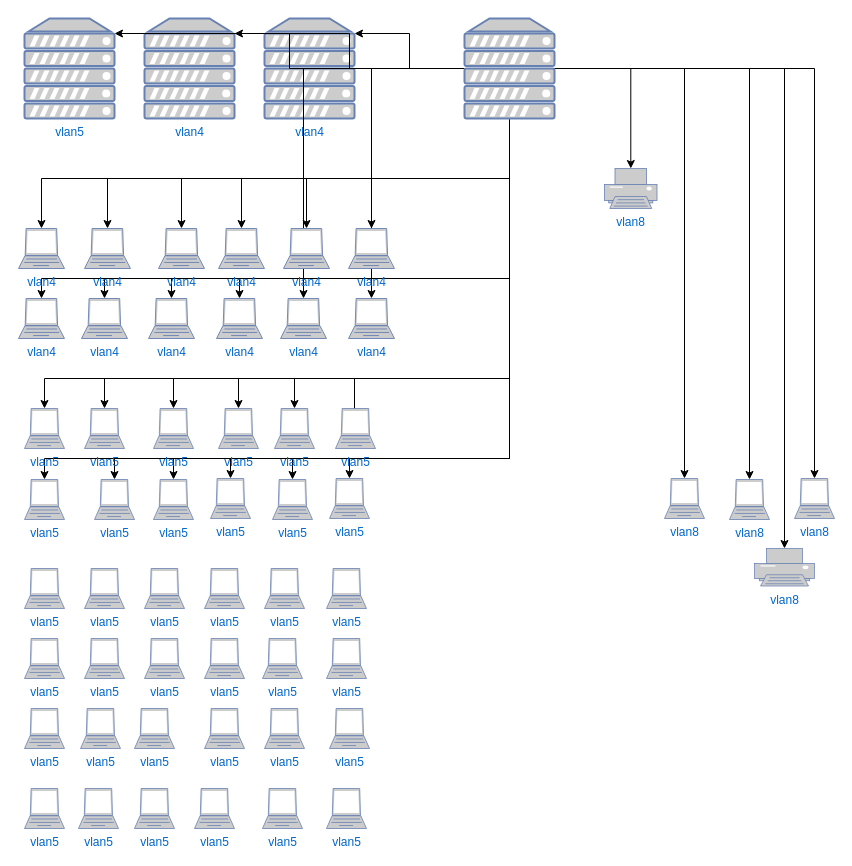
This is Untitled Diagram.drawio from xiexin1988/Pipeline3, a draw.io file, before an edit. Source tidied: cells renumbered, new cells numbered last; positions are measured from the earlier drawing's top-left corner, leaving out a move shared by most shapes. Both pictures are drawn from the tidied source at 100%, with x=0, y=0 at pixel (18, 18).
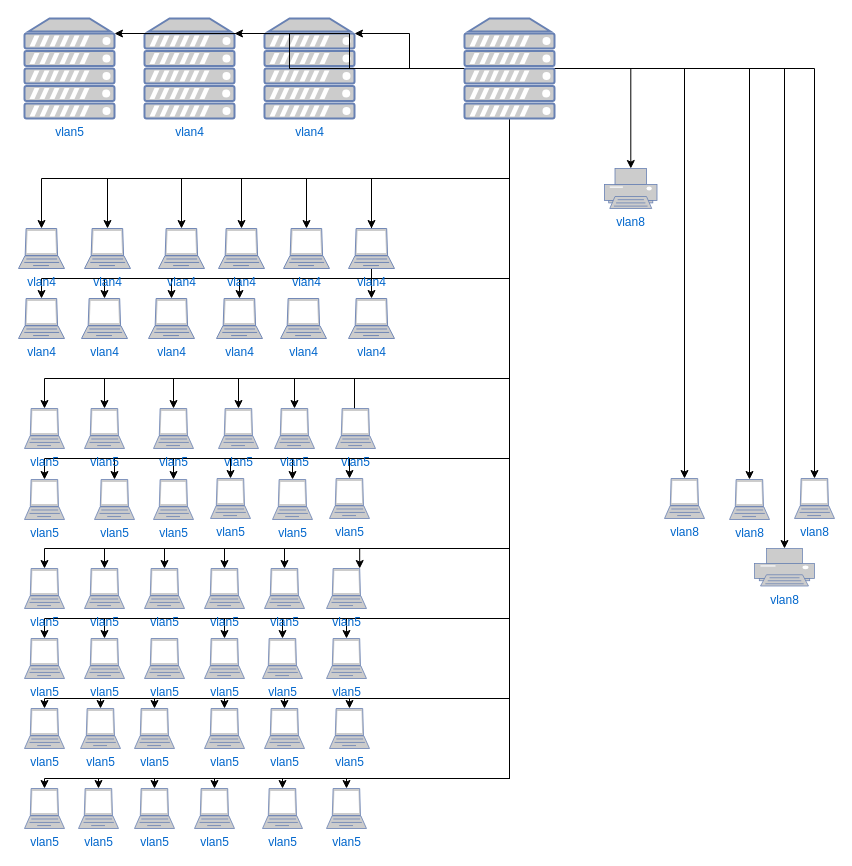
The same page after the edit.

Unchanged cells that the change refers to:
```xml
<mxCell id="39" style="fontColor=#0066CC;verticalAlign=top;verticalLabelPosition=bottom;labelPosition=center;align=center;html=1;outlineConnect=0;fillColor=#CCCCCC;strokeColor=#6881B3;gradientColor=none;gradientDirection=north;strokeWidth=2;shape=mxgraph.networks.server;" parent="1" vertex="1">
<mxCell id="43" value="vlan5" style="fontColor=#0066CC;verticalAlign=top;verticalLabelPosition=bottom;labelPosition=center;align=center;html=1;outlineConnect=0;fillColor=#CCCCCC;strokeColor=#6881B3;gradientColor=none;gradientDirection=north;strokeWidth=2;shape=mxgraph.networks.laptop;" parent="1" vertex="1">
<mxCell id="44" value="vlan5" style="fontColor=#0066CC;verticalAlign=top;verticalLabelPosition=bottom;labelPosition=center;align=center;html=1;outlineConnect=0;fillColor=#CCCCCC;strokeColor=#6881B3;gradientColor=none;gradientDirection=north;strokeWidth=2;shape=mxgraph.networks.laptop;" parent="1" vertex="1">
<mxCell id="45" value="vlan5" style="fontColor=#0066CC;verticalAlign=top;verticalLabelPosition=bottom;labelPosition=center;align=center;html=1;outlineConnect=0;fillColor=#CCCCCC;strokeColor=#6881B3;gradientColor=none;gradientDirection=north;strokeWidth=2;shape=mxgraph.networks.laptop;" parent="1" vertex="1">
<mxCell id="46" value="vlan5" style="fontColor=#0066CC;verticalAlign=top;verticalLabelPosition=bottom;labelPosition=center;align=center;html=1;outlineConnect=0;fillColor=#CCCCCC;strokeColor=#6881B3;gradientColor=none;gradientDirection=north;strokeWidth=2;shape=mxgraph.networks.laptop;" parent="1" vertex="1">
<mxCell id="47" value="vlan5" style="fontColor=#0066CC;verticalAlign=top;verticalLabelPosition=bottom;labelPosition=center;align=center;html=1;outlineConnect=0;fillColor=#CCCCCC;strokeColor=#6881B3;gradientColor=none;gradientDirection=north;strokeWidth=2;shape=mxgraph.networks.laptop;" parent="1" vertex="1">
<mxCell id="48" value="vlan5" style="fontColor=#0066CC;verticalAlign=top;verticalLabelPosition=bottom;labelPosition=center;align=center;html=1;outlineConnect=0;fillColor=#CCCCCC;strokeColor=#6881B3;gradientColor=none;gradientDirection=north;strokeWidth=2;shape=mxgraph.networks.laptop;" parent="1" vertex="1">
<mxCell id="49" value="vlan5" style="fontColor=#0066CC;verticalAlign=top;verticalLabelPosition=bottom;labelPosition=center;align=center;html=1;outlineConnect=0;fillColor=#CCCCCC;strokeColor=#6881B3;gradientColor=none;gradientDirection=north;strokeWidth=2;shape=mxgraph.networks.laptop;" parent="1" vertex="1">
<mxCell id="50" value="vlan5" style="fontColor=#0066CC;verticalAlign=top;verticalLabelPosition=bottom;labelPosition=center;align=center;html=1;outlineConnect=0;fillColor=#CCCCCC;strokeColor=#6881B3;gradientColor=none;gradientDirection=north;strokeWidth=2;shape=mxgraph.networks.laptop;" parent="1" vertex="1">
<mxCell id="51" value="vlan5" style="fontColor=#0066CC;verticalAlign=top;verticalLabelPosition=bottom;labelPosition=center;align=center;html=1;outlineConnect=0;fillColor=#CCCCCC;strokeColor=#6881B3;gradientColor=none;gradientDirection=north;strokeWidth=2;shape=mxgraph.networks.laptop;" parent="1" vertex="1">
<mxCell id="52" value="vlan5" style="fontColor=#0066CC;verticalAlign=top;verticalLabelPosition=bottom;labelPosition=center;align=center;html=1;outlineConnect=0;fillColor=#CCCCCC;strokeColor=#6881B3;gradientColor=none;gradientDirection=north;strokeWidth=2;shape=mxgraph.networks.laptop;" parent="1" vertex="1">
<mxCell id="53" value="vlan5" style="fontColor=#0066CC;verticalAlign=top;verticalLabelPosition=bottom;labelPosition=center;align=center;html=1;outlineConnect=0;fillColor=#CCCCCC;strokeColor=#6881B3;gradientColor=none;gradientDirection=north;strokeWidth=2;shape=mxgraph.networks.laptop;" parent="1" vertex="1">
<mxCell id="54" value="vlan5" style="fontColor=#0066CC;verticalAlign=top;verticalLabelPosition=bottom;labelPosition=center;align=center;html=1;outlineConnect=0;fillColor=#CCCCCC;strokeColor=#6881B3;gradientColor=none;gradientDirection=north;strokeWidth=2;shape=mxgraph.networks.laptop;" parent="1" vertex="1">
<mxCell id="55" value="vlan5" style="fontColor=#0066CC;verticalAlign=top;verticalLabelPosition=bottom;labelPosition=center;align=center;html=1;outlineConnect=0;fillColor=#CCCCCC;strokeColor=#6881B3;gradientColor=none;gradientDirection=north;strokeWidth=2;shape=mxgraph.networks.laptop;" parent="1" vertex="1">
<mxCell id="56" value="vlan5" style="fontColor=#0066CC;verticalAlign=top;verticalLabelPosition=bottom;labelPosition=center;align=center;html=1;outlineConnect=0;fillColor=#CCCCCC;strokeColor=#6881B3;gradientColor=none;gradientDirection=north;strokeWidth=2;shape=mxgraph.networks.laptop;" parent="1" vertex="1">
<mxCell id="58" value="vlan5" style="fontColor=#0066CC;verticalAlign=top;verticalLabelPosition=bottom;labelPosition=center;align=center;html=1;outlineConnect=0;fillColor=#CCCCCC;strokeColor=#6881B3;gradientColor=none;gradientDirection=north;strokeWidth=2;shape=mxgraph.networks.laptop;" parent="1" vertex="1">
<mxCell id="59" value="vlan5" style="fontColor=#0066CC;verticalAlign=top;verticalLabelPosition=bottom;labelPosition=center;align=center;html=1;outlineConnect=0;fillColor=#CCCCCC;strokeColor=#6881B3;gradientColor=none;gradientDirection=north;strokeWidth=2;shape=mxgraph.networks.laptop;" parent="1" vertex="1">
<mxCell id="60" value="vlan5" style="fontColor=#0066CC;verticalAlign=top;verticalLabelPosition=bottom;labelPosition=center;align=center;html=1;outlineConnect=0;fillColor=#CCCCCC;strokeColor=#6881B3;gradientColor=none;gradientDirection=north;strokeWidth=2;shape=mxgraph.networks.laptop;" parent="1" vertex="1">
<mxCell id="61" value="vlan5" style="fontColor=#0066CC;verticalAlign=top;verticalLabelPosition=bottom;labelPosition=center;align=center;html=1;outlineConnect=0;fillColor=#CCCCCC;strokeColor=#6881B3;gradientColor=none;gradientDirection=north;strokeWidth=2;shape=mxgraph.networks.laptop;" parent="1" vertex="1">
<mxCell id="62" value="vlan5" style="fontColor=#0066CC;verticalAlign=top;verticalLabelPosition=bottom;labelPosition=center;align=center;html=1;outlineConnect=0;fillColor=#CCCCCC;strokeColor=#6881B3;gradientColor=none;gradientDirection=north;strokeWidth=2;shape=mxgraph.networks.laptop;" parent="1" vertex="1">
<mxCell id="63" value="vlan5" style="fontColor=#0066CC;verticalAlign=top;verticalLabelPosition=bottom;labelPosition=center;align=center;html=1;outlineConnect=0;fillColor=#CCCCCC;strokeColor=#6881B3;gradientColor=none;gradientDirection=north;strokeWidth=2;shape=mxgraph.networks.laptop;" parent="1" vertex="1">
<mxCell id="64" value="vlan5" style="fontColor=#0066CC;verticalAlign=top;verticalLabelPosition=bottom;labelPosition=center;align=center;html=1;outlineConnect=0;fillColor=#CCCCCC;strokeColor=#6881B3;gradientColor=none;gradientDirection=north;strokeWidth=2;shape=mxgraph.networks.laptop;" parent="1" vertex="1">
<mxCell id="65" value="vlan5" style="fontColor=#0066CC;verticalAlign=top;verticalLabelPosition=bottom;labelPosition=center;align=center;html=1;outlineConnect=0;fillColor=#CCCCCC;strokeColor=#6881B3;gradientColor=none;gradientDirection=north;strokeWidth=2;shape=mxgraph.networks.laptop;" parent="1" vertex="1">
<mxCell id="66" value="vlan5" style="fontColor=#0066CC;verticalAlign=top;verticalLabelPosition=bottom;labelPosition=center;align=center;html=1;outlineConnect=0;fillColor=#CCCCCC;strokeColor=#6881B3;gradientColor=none;gradientDirection=north;strokeWidth=2;shape=mxgraph.networks.laptop;" parent="1" vertex="1">
<mxCell id="83" value="vlan4" style="fontColor=#0066CC;verticalAlign=top;verticalLabelPosition=bottom;labelPosition=center;align=center;html=1;outlineConnect=0;fillColor=#CCCCCC;strokeColor=#6881B3;gradientColor=none;gradientDirection=north;strokeWidth=2;shape=mxgraph.networks.laptop;" parent="1" vertex="1">
<mxCell id="84" value="vlan4" style="fontColor=#0066CC;verticalAlign=top;verticalLabelPosition=bottom;labelPosition=center;align=center;html=1;outlineConnect=0;fillColor=#CCCCCC;strokeColor=#6881B3;gradientColor=none;gradientDirection=north;strokeWidth=2;shape=mxgraph.networks.laptop;" parent="1" vertex="1">
```

Diff of the diagram source:
```diff
@@
-    <mxCell id="25" style="edgeStyle=orthogonalEdgeStyle;rounded=0;jettySize=auto;html=1;" parent="1" edge="1" source="39" target="83">
-      <mxGeometry relative="1" as="geometry" />
-    </mxCell>
     <mxCell id="26" style="edgeStyle=orthogonalEdgeStyle;rounded=0;jettySize=auto;html=1;" parent="1" edge="1" source="39" target="84">
-      <mxGeometry relative="1" as="geometry" />
+      <mxGeometry relative="1" as="geometry">
+        <Array as="points">
+          <mxPoint x="491" y="160" />
+          <mxPoint x="353" y="160" />
+        </Array>
+      </mxGeometry>
     </mxCell>
@@
+    <mxCell id="91" style="edgeStyle=orthogonalEdgeStyle;rounded=0;jettySize=auto;html=1;entryX=0.83;entryY=0;entryDx=0;entryDy=0;entryPerimeter=0;" parent="1" edge="1" source="39" target="66">
+      <mxGeometry relative="1" as="geometry">
+        <Array as="points">
+          <mxPoint x="491" y="530" />
+          <mxPoint x="341" y="530" />
+        </Array>
+      </mxGeometry>
+    </mxCell>
+    <mxCell id="92" style="edgeStyle=orthogonalEdgeStyle;rounded=0;jettySize=auto;html=1;entryX=0.5;entryY=0;entryDx=0;entryDy=0;entryPerimeter=0;" parent="1" edge="1" source="39" target="65">
+      <mxGeometry relative="1" as="geometry">
+        <Array as="points">
+          <mxPoint x="491" y="530" />
+          <mxPoint x="266" y="530" />
+        </Array>
+      </mxGeometry>
+    </mxCell>
+    <mxCell id="93" style="edgeStyle=orthogonalEdgeStyle;rounded=0;jettySize=auto;html=1;entryX=0.5;entryY=0;entryDx=0;entryDy=0;entryPerimeter=0;" parent="1" edge="1" source="39" target="64">
+      <mxGeometry relative="1" as="geometry">
+        <Array as="points">
+          <mxPoint x="491" y="530" />
+          <mxPoint x="206" y="530" />
+        </Array>
+      </mxGeometry>
+    </mxCell>
+    <mxCell id="94" style="edgeStyle=orthogonalEdgeStyle;rounded=0;jettySize=auto;html=1;entryX=0.5;entryY=0;entryDx=0;entryDy=0;entryPerimeter=0;" parent="1" edge="1" source="39" target="63">
+      <mxGeometry relative="1" as="geometry">
+        <Array as="points">
+          <mxPoint x="491" y="530" />
+          <mxPoint x="146" y="530" />
+        </Array>
+      </mxGeometry>
+    </mxCell>
+    <mxCell id="95" style="edgeStyle=orthogonalEdgeStyle;rounded=0;jettySize=auto;html=1;" parent="1" edge="1" source="39" target="62">
+      <mxGeometry relative="1" as="geometry">
+        <Array as="points">
+          <mxPoint x="491" y="530" />
+          <mxPoint x="86" y="530" />
+        </Array>
+      </mxGeometry>
+    </mxCell>
+    <mxCell id="96" style="edgeStyle=orthogonalEdgeStyle;rounded=0;jettySize=auto;html=1;entryX=0.5;entryY=0;entryDx=0;entryDy=0;entryPerimeter=0;" parent="1" edge="1" source="39" target="61">
+      <mxGeometry relative="1" as="geometry">
+        <Array as="points">
+          <mxPoint x="491" y="530" />
+          <mxPoint x="26" y="530" />
+        </Array>
+      </mxGeometry>
+    </mxCell>
+    <mxCell id="97" style="edgeStyle=orthogonalEdgeStyle;rounded=0;jettySize=auto;html=1;" parent="1" edge="1" source="39" target="60">
+      <mxGeometry relative="1" as="geometry">
+        <Array as="points">
+          <mxPoint x="491" y="600" />
+          <mxPoint x="328" y="600" />
+        </Array>
+      </mxGeometry>
+    </mxCell>
+    <mxCell id="98" style="edgeStyle=orthogonalEdgeStyle;rounded=0;jettySize=auto;html=1;entryX=0.5;entryY=0;entryDx=0;entryDy=0;entryPerimeter=0;" parent="1" edge="1" source="39" target="59">
+      <mxGeometry relative="1" as="geometry">
+        <Array as="points">
+          <mxPoint x="491" y="600" />
+          <mxPoint x="264" y="600" />
+        </Array>
+      </mxGeometry>
+    </mxCell>
+    <mxCell id="99" style="edgeStyle=orthogonalEdgeStyle;rounded=0;jettySize=auto;html=1;entryX=0.5;entryY=0;entryDx=0;entryDy=0;entryPerimeter=0;" parent="1" edge="1" source="39" target="56">
+      <mxGeometry relative="1" as="geometry">
+        <Array as="points">
+          <mxPoint x="491" y="600" />
+          <mxPoint x="86" y="600" />
+        </Array>
+      </mxGeometry>
+    </mxCell>
+    <mxCell id="100" style="edgeStyle=orthogonalEdgeStyle;rounded=0;jettySize=auto;html=1;entryX=0.5;entryY=0;entryDx=0;entryDy=0;entryPerimeter=0;" parent="1" edge="1" source="39" target="55">
+      <mxGeometry relative="1" as="geometry">
+        <Array as="points">
+          <mxPoint x="491" y="600" />
+          <mxPoint x="26" y="600" />
+        </Array>
+      </mxGeometry>
+    </mxCell>
+    <mxCell id="101" style="edgeStyle=orthogonalEdgeStyle;rounded=0;jettySize=auto;html=1;" parent="1" edge="1" source="39" target="58">
+      <mxGeometry relative="1" as="geometry">
+        <Array as="points">
+          <mxPoint x="491" y="600" />
+          <mxPoint x="206" y="600" />
+        </Array>
+      </mxGeometry>
+    </mxCell>
+    <mxCell id="102" style="edgeStyle=orthogonalEdgeStyle;rounded=0;jettySize=auto;html=1;entryX=0.5;entryY=0;entryDx=0;entryDy=0;entryPerimeter=0;" parent="1" edge="1" source="39" target="50">
+      <mxGeometry relative="1" as="geometry">
+        <Array as="points">
+          <mxPoint x="491" y="680" />
+          <mxPoint x="26" y="680" />
+        </Array>
+      </mxGeometry>
+    </mxCell>
+    <mxCell id="103" style="edgeStyle=orthogonalEdgeStyle;rounded=0;jettySize=auto;html=1;entryX=0.5;entryY=0;entryDx=0;entryDy=0;entryPerimeter=0;" parent="1" edge="1" source="39" target="43">
+      <mxGeometry relative="1" as="geometry">
+        <Array as="points">
+          <mxPoint x="491" y="680" />
+          <mxPoint x="82" y="680" />
+        </Array>
+      </mxGeometry>
+    </mxCell>
+    <mxCell id="104" style="edgeStyle=orthogonalEdgeStyle;rounded=0;jettySize=auto;html=1;" parent="1" edge="1" source="39" target="51">
+      <mxGeometry relative="1" as="geometry">
+        <Array as="points">
+          <mxPoint x="491" y="680" />
+          <mxPoint x="136" y="680" />
+        </Array>
+      </mxGeometry>
+    </mxCell>
+    <mxCell id="105" style="edgeStyle=orthogonalEdgeStyle;rounded=0;jettySize=auto;html=1;entryX=0.5;entryY=0;entryDx=0;entryDy=0;entryPerimeter=0;" parent="1" edge="1" source="39" target="52">
+      <mxGeometry relative="1" as="geometry">
+        <Array as="points">
+          <mxPoint x="491" y="680" />
+          <mxPoint x="206" y="680" />
+        </Array>
+      </mxGeometry>
+    </mxCell>
+    <mxCell id="106" style="edgeStyle=orthogonalEdgeStyle;rounded=0;jettySize=auto;html=1;" parent="1" edge="1" source="39" target="44">
+      <mxGeometry relative="1" as="geometry">
+        <Array as="points">
+          <mxPoint x="491" y="680" />
+          <mxPoint x="266" y="680" />
+        </Array>
+      </mxGeometry>
+    </mxCell>
+    <mxCell id="107" style="edgeStyle=orthogonalEdgeStyle;rounded=0;jettySize=auto;html=1;" parent="1" edge="1" source="39" target="53">
+      <mxGeometry relative="1" as="geometry">
+        <Array as="points">
+          <mxPoint x="491" y="680" />
+          <mxPoint x="331" y="680" />
+        </Array>
+      </mxGeometry>
+    </mxCell>
+    <mxCell id="108" style="edgeStyle=orthogonalEdgeStyle;rounded=0;jettySize=auto;html=1;" parent="1" edge="1" source="39" target="54">
+      <mxGeometry relative="1" as="geometry">
+        <Array as="points">
+          <mxPoint x="491" y="760" />
+          <mxPoint x="26" y="760" />
+        </Array>
+      </mxGeometry>
+    </mxCell>
+    <mxCell id="109" style="edgeStyle=orthogonalEdgeStyle;rounded=0;jettySize=auto;html=1;" parent="1" edge="1" source="39" target="45">
+      <mxGeometry relative="1" as="geometry">
+        <Array as="points">
+          <mxPoint x="491" y="760" />
+          <mxPoint x="80" y="760" />
+        </Array>
+      </mxGeometry>
+    </mxCell>
+    <mxCell id="110" style="edgeStyle=orthogonalEdgeStyle;rounded=0;jettySize=auto;html=1;" parent="1" edge="1" source="39" target="46">
+      <mxGeometry relative="1" as="geometry">
+        <Array as="points">
+          <mxPoint x="491" y="760" />
+          <mxPoint x="136" y="760" />
+        </Array>
+      </mxGeometry>
+    </mxCell>
+    <mxCell id="111" style="edgeStyle=orthogonalEdgeStyle;rounded=0;jettySize=auto;html=1;" parent="1" edge="1" source="39" target="47">
+      <mxGeometry relative="1" as="geometry">
+        <Array as="points">
+          <mxPoint x="491" y="760" />
+          <mxPoint x="196" y="760" />
+        </Array>
+      </mxGeometry>
+    </mxCell>
+    <mxCell id="112" style="edgeStyle=orthogonalEdgeStyle;rounded=0;jettySize=auto;html=1;" parent="1" edge="1" source="39" target="48">
+      <mxGeometry relative="1" as="geometry">
+        <Array as="points">
+          <mxPoint x="491" y="760" />
+          <mxPoint x="264" y="760" />
+        </Array>
+      </mxGeometry>
+    </mxCell>
+    <mxCell id="113" style="edgeStyle=orthogonalEdgeStyle;rounded=0;jettySize=auto;html=1;" parent="1" edge="1" source="39" target="49">
+      <mxGeometry relative="1" as="geometry">
+        <Array as="points">
+          <mxPoint x="491" y="760" />
+          <mxPoint x="328" y="760" />
+        </Array>
+      </mxGeometry>
+    </mxCell>
```
